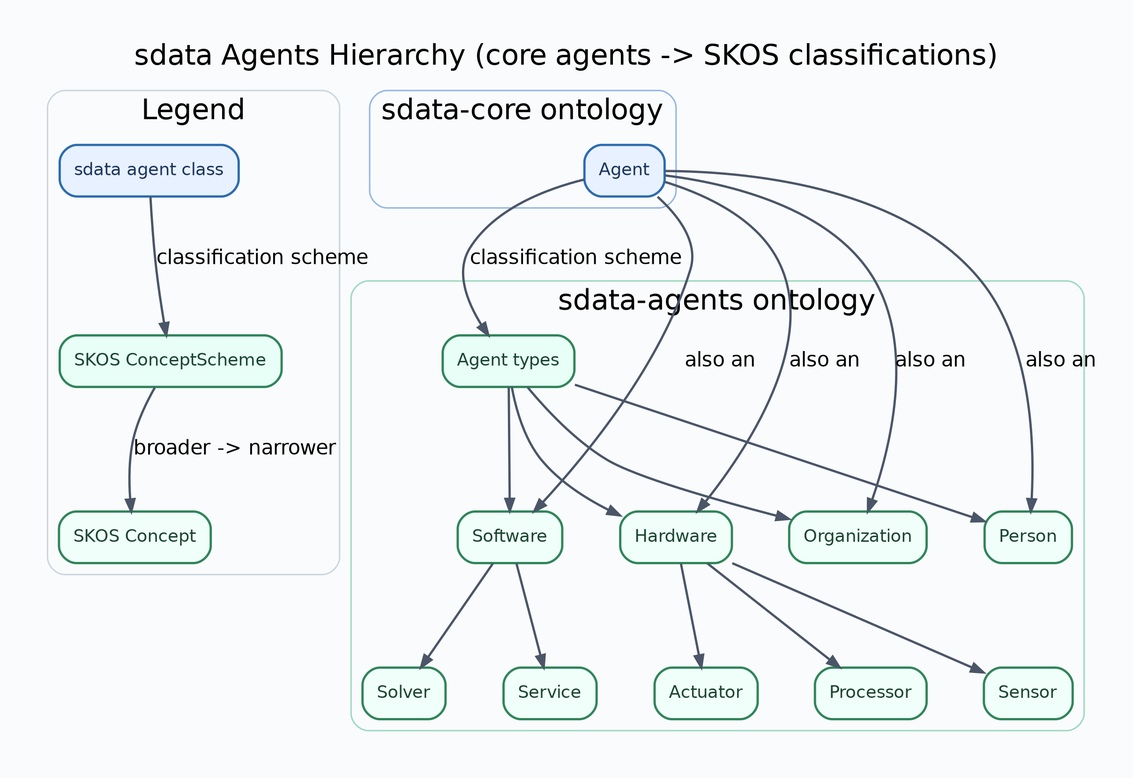
The Graphviz diagram docs/diagrams/sdata-agents-hierarchy.png in lepy/sdata-ontology, before a commit. Its source is kept beside it as docs/diagrams/sdata-agents-hierarchy.dot.
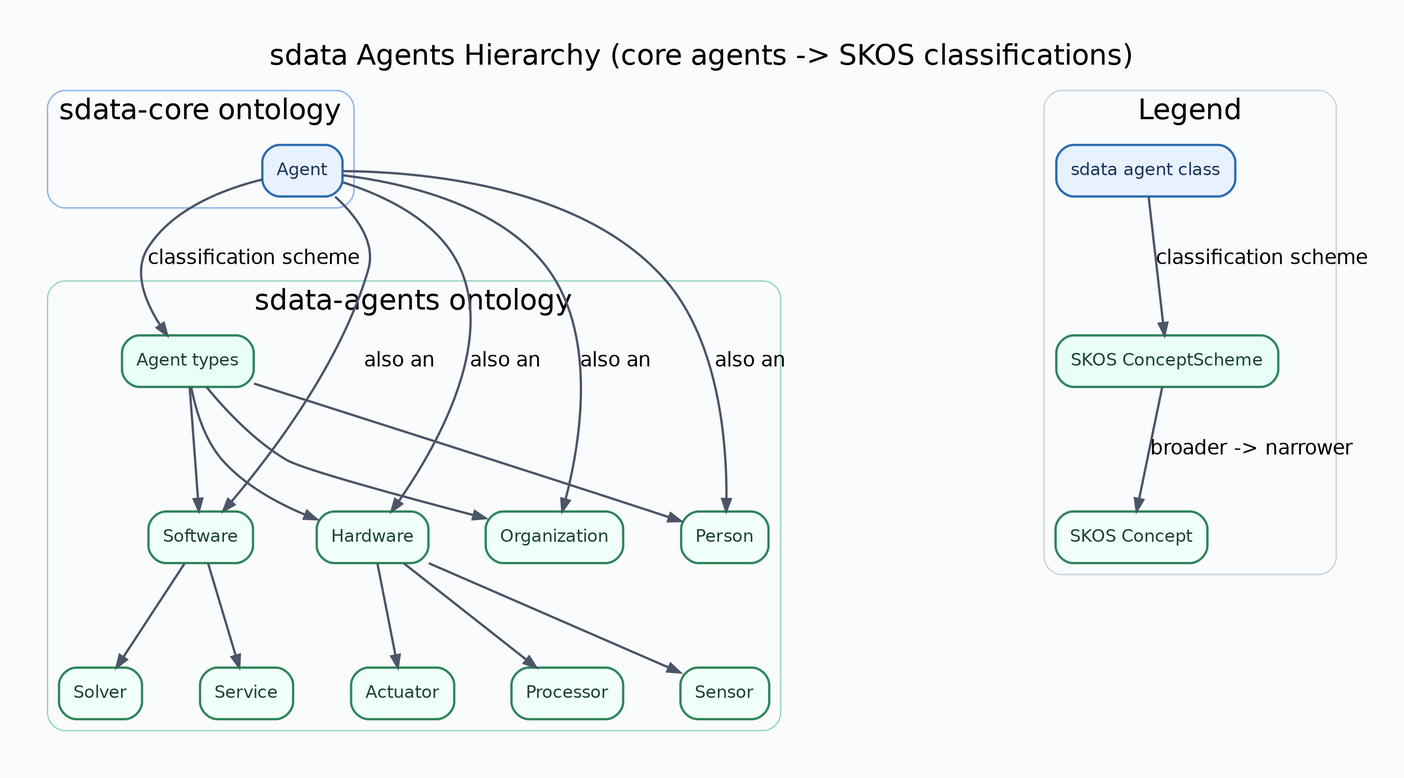
After the commit.

What changed in the source:
```diff
@@ -25,26 +25,6 @@
 		fontname=Helvetica,
 		penwidth=1.6
 	];
-	subgraph cluster_legend {
-		graph [color="#CBD5E0",
-			label=Legend,
-			style=rounded
-		];
-		legend_sdata	[color="#2B6CB0",
-			fillcolor="#E8F1FF",
-			fontcolor="#1A365D",
-			label="sdata agent class"];
-		legend_scheme	[color="#2F855A",
-			fillcolor="#E7FFF6",
-			fontcolor="#1C4532",
-			label="SKOS ConceptScheme"];
-		legend_sdata -> legend_scheme	[label="classification scheme"];
-		legend_concept	[color="#2F855A",
-			fillcolor="#F0FFF9",
-			fontcolor="#1C4532",
-			label="SKOS Concept"];
-		legend_scheme -> legend_concept	[label="broader -> narrower"];
-	}
 	subgraph cluster_core {
 		graph [color="#90B5E8",
 			label="sdata-core ontology",
@@ -109,6 +89,26 @@
 			style=invis,
 			width=0];
 	}
+	subgraph cluster_legend {
+		graph [color="#CBD5E0",
+			label=Legend,
+			style=rounded
+		];
+		legend_sdata	[color="#2B6CB0",
+			fillcolor="#E8F1FF",
+			fontcolor="#1A365D",
+			label="sdata agent class"];
+		legend_scheme	[color="#2F855A",
+			fillcolor="#E7FFF6",
+			fontcolor="#1C4532",
+			label="SKOS ConceptScheme"];
+		legend_sdata -> legend_scheme	[label="classification scheme"];
+		legend_concept	[color="#2F855A",
+			fillcolor="#F0FFF9",
+			fontcolor="#1C4532",
+			label="SKOS Concept"];
+		legend_scheme -> legend_concept	[label="broader -> narrower"];
+	}
 	"https://w3id.org/sdata/core/Agent" -> "https://w3id.org/sdata/vocab/agents/AgentTypeScheme"	[label="classification scheme"];
 	"https://w3id.org/sdata/core/Agent" -> "https://w3id.org/sdata/vocab/agents/Hardware"	[label="also an"];
 	"https://w3id.org/sdata/core/Agent" -> "https://w3id.org/sdata/vocab/agents/Organization"	[label="also an"];
```
